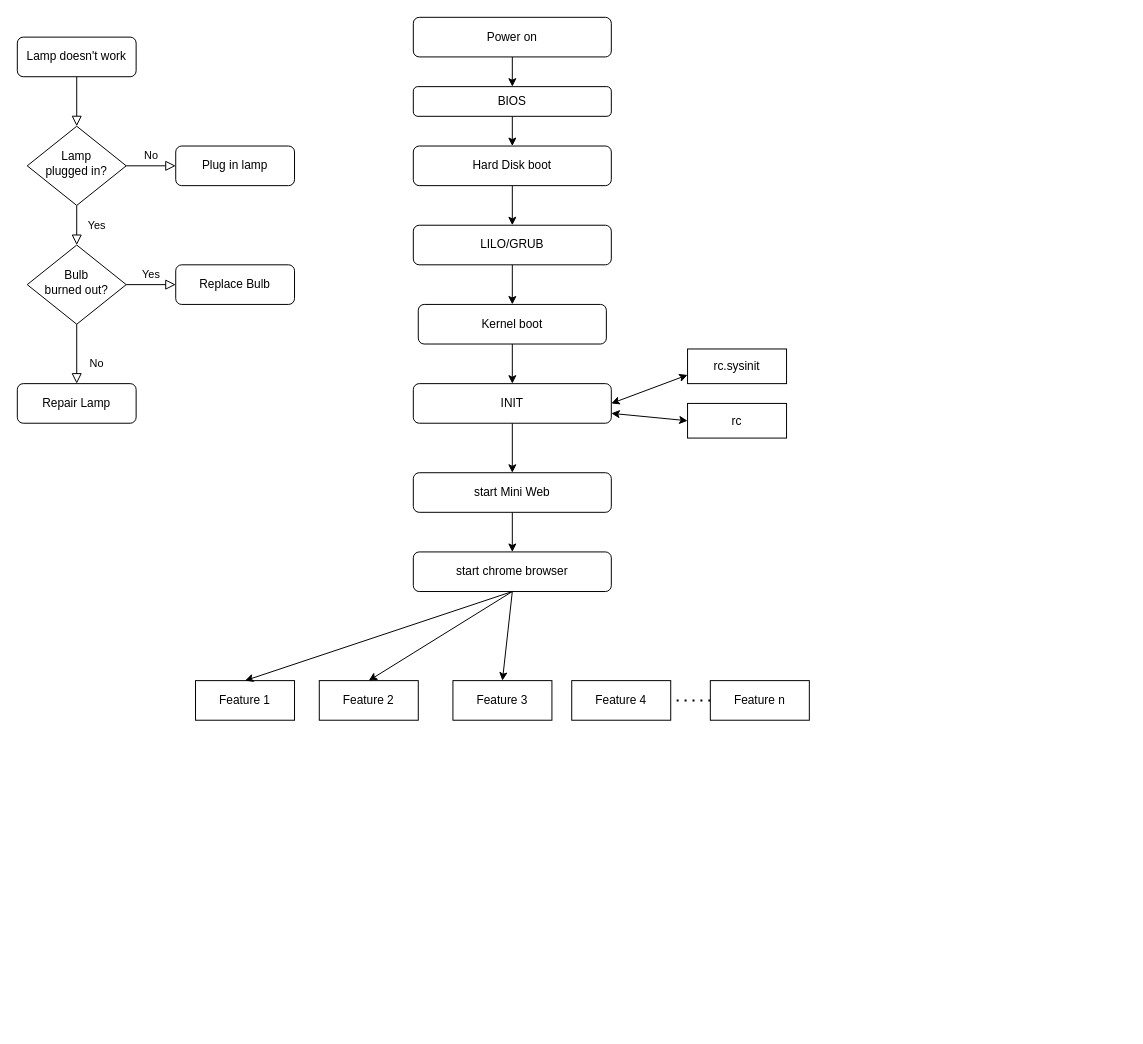
This is Untitled Diagram.drawio from UMkevin/LearnGitCode, a draw.io file, before an edit. Source tidied: cells renumbered, new cells numbered last; positions are measured from the earlier drawing's top-left corner, leaving out a move shared by most shapes. Both pictures are drawn from the tidied source at 99%, with x=0, y=0 at pixel (17, 17).
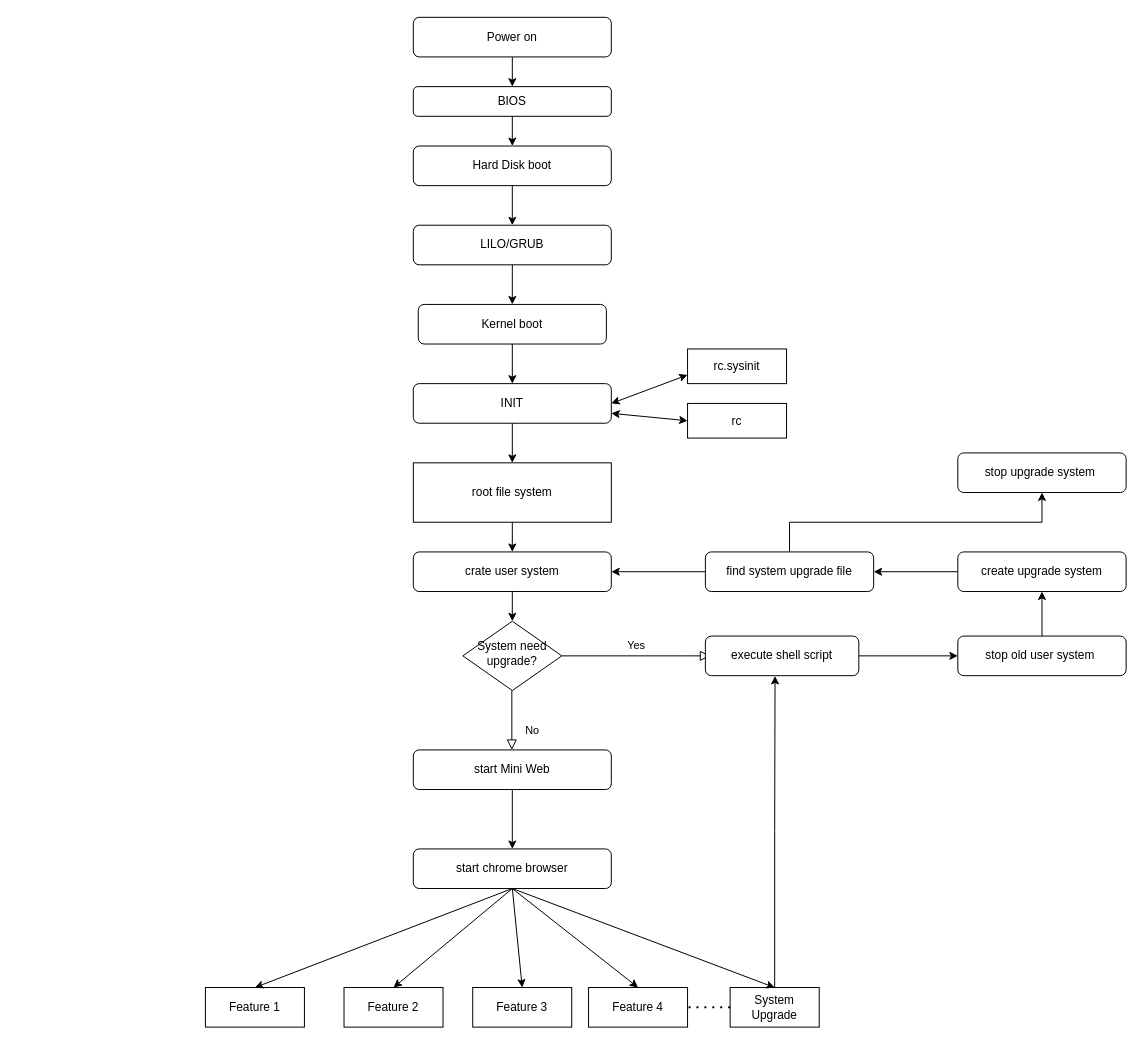
Above is the later version.

Unchanged cells that the change refers to:
```xml
<mxCell id="24" value="INIT" style="rounded=1;whiteSpace=wrap;html=1;" parent="1" vertex="1">
  <mxGeometry x="400" y="370" width="200" height="40" as="geometry" />
</mxCell>
```

The edit, as a diff of the source:
```diff
@@
-    <mxCell id="2" style="rounded=0;html=1;jettySize=auto;fontSize=11;endArrow=block;endFill=0;endSize=8;strokeWidth=1;shadow=0;labelBackgroundColor=none;edgeStyle=orthogonalEdgeStyle;" parent="1" edge="1" source="3" target="6">
-      <mxGeometry relative="1" as="geometry" />
-    </mxCell>
-    <mxCell id="3" value="Lamp doesn't work" style="rounded=1;whiteSpace=wrap;html=1;fontSize=12;glass=0;strokeWidth=1;shadow=0;" parent="1" vertex="1">
-      <mxGeometry y="20" width="120" height="40" as="geometry" />
-    </mxCell>
-    <mxCell id="4" value="Yes" style="rounded=0;html=1;jettySize=auto;fontSize=11;endArrow=block;endFill=0;endSize=8;strokeWidth=1;shadow=0;labelBackgroundColor=none;edgeStyle=orthogonalEdgeStyle;" parent="1" edge="1" source="6" target="10">
-      <mxGeometry y="20" relative="1" as="geometry" />
-    </mxCell>
-    <mxCell id="5" value="No" style="edgeStyle=orthogonalEdgeStyle;rounded=0;html=1;jettySize=auto;fontSize=11;endArrow=block;endFill=0;endSize=8;strokeWidth=1;shadow=0;labelBackgroundColor=none;" parent="1" edge="1" source="6" target="7">
-      <mxGeometry y="10" relative="1" as="geometry" />
-    </mxCell>
-    <mxCell id="6" value="Lamp&lt;br&gt;plugged in?" style="rhombus;whiteSpace=wrap;html=1;shadow=0;fontFamily=Helvetica;fontSize=12;align=center;strokeWidth=1;spacing=6;spacingTop=-4;" parent="1" vertex="1">
-      <mxGeometry x="10" y="110" width="100" height="80" as="geometry" />
-    </mxCell>
-    <mxCell id="7" value="Plug in lamp" style="rounded=1;whiteSpace=wrap;html=1;fontSize=12;glass=0;strokeWidth=1;shadow=0;" parent="1" vertex="1">
-      <mxGeometry x="160" y="130" width="120" height="40" as="geometry" />
-    </mxCell>
-    <mxCell id="8" value="No" style="rounded=0;html=1;jettySize=auto;fontSize=11;endArrow=block;endFill=0;endSize=8;strokeWidth=1;shadow=0;labelBackgroundColor=none;edgeStyle=orthogonalEdgeStyle;" parent="1" edge="1" source="10" target="11">
-      <mxGeometry x="0.33" y="20" relative="1" as="geometry" />
-    </mxCell>
-    <mxCell id="9" value="Yes" style="edgeStyle=orthogonalEdgeStyle;rounded=0;html=1;jettySize=auto;fontSize=11;endArrow=block;endFill=0;endSize=8;strokeWidth=1;shadow=0;labelBackgroundColor=none;" parent="1" edge="1" source="10" target="12">
-      <mxGeometry y="10" relative="1" as="geometry" />
-    </mxCell>
-    <mxCell id="10" value="Bulb&lt;br&gt;burned out?" style="rhombus;whiteSpace=wrap;html=1;shadow=0;fontFamily=Helvetica;fontSize=12;align=center;strokeWidth=1;spacing=6;spacingTop=-4;" parent="1" vertex="1">
-      <mxGeometry x="10" y="230" width="100" height="80" as="geometry" />
-    </mxCell>
-    <mxCell id="11" value="Repair Lamp" style="rounded=1;whiteSpace=wrap;html=1;fontSize=12;glass=0;strokeWidth=1;shadow=0;" parent="1" vertex="1">
-      <mxGeometry y="370" width="120" height="40" as="geometry" />
-    </mxCell>
-    <mxCell id="12" value="Replace Bulb" style="rounded=1;whiteSpace=wrap;html=1;fontSize=12;glass=0;strokeWidth=1;shadow=0;" parent="1" vertex="1">
-      <mxGeometry x="160" y="250" width="120" height="40" as="geometry" />
-    </mxCell>
@@
-    <mxCell id="23" style="edgeStyle=orthogonalEdgeStyle;rounded=0;jettySize=auto;html=1;exitX=0.5;exitY=1;exitDx=0;exitDy=0;entryX=0.5;entryY=0;entryDx=0;entryDy=0;" parent="1" edge="1" source="24" target="30">
-      <mxGeometry relative="1" as="geometry" />
-    </mxCell>
+    <mxCell id="41" style="edgeStyle=orthogonalEdgeStyle;rounded=0;jettySize=auto;html=1;exitX=0.5;exitY=1;exitDx=0;exitDy=0;entryX=0.5;entryY=0;entryDx=0;entryDy=0;" parent="1" edge="1" source="24" target="46">
+      <mxGeometry relative="1" as="geometry" />
+    </mxCell>
@@
     <mxCell id="30" value="start Mini Web" style="rounded=1;whiteSpace=wrap;html=1;" parent="1" vertex="1">
-      <mxGeometry x="400" y="460" width="200" height="40" as="geometry" />
+      <mxGeometry x="400" y="740" width="200" height="40" as="geometry" />
     </mxCell>
     <mxCell id="31" value="start chrome browser" style="rounded=1;whiteSpace=wrap;html=1;" parent="1" vertex="1">
-      <mxGeometry x="400" y="540" width="200" height="40" as="geometry" />
+      <mxGeometry x="400" y="840" width="200" height="40" as="geometry" />
     </mxCell>
     <mxCell id="32" value="Feature 1" style="rounded=0;whiteSpace=wrap;html=1;" parent="1" vertex="1">
-      <mxGeometry x="180" y="670" width="100" height="40" as="geometry" />
+      <mxGeometry x="190" y="980" width="100" height="40" as="geometry" />
     </mxCell>
     <mxCell id="33" value="&lt;span&gt;Feature 2&lt;/span&gt;" style="rounded=0;whiteSpace=wrap;html=1;" parent="1" vertex="1">
-      <mxGeometry x="305" y="670" width="100" height="40" as="geometry" />
+      <mxGeometry x="330" y="980" width="100" height="40" as="geometry" />
     </mxCell>
     <mxCell id="34" value="&lt;span&gt;Feature 3&lt;/span&gt;" style="rounded=0;whiteSpace=wrap;html=1;" parent="1" vertex="1">
-      <mxGeometry x="440" y="670" width="100" height="40" as="geometry" />
+      <mxGeometry x="460" y="980" width="100" height="40" as="geometry" />
     </mxCell>
     <mxCell id="35" value="&lt;span&gt;Feature 4&lt;/span&gt;" style="rounded=0;whiteSpace=wrap;html=1;" parent="1" vertex="1">
-      <mxGeometry x="560" y="670" width="100" height="40" as="geometry" />
+      <mxGeometry x="577" y="980" width="100" height="40" as="geometry" />
     </mxCell>
+    <mxCell id="42" style="edgeStyle=orthogonalEdgeStyle;rounded=0;jettySize=auto;html=1;exitX=0.5;exitY=0;exitDx=0;exitDy=0;entryX=0.454;entryY=1.008;entryDx=0;entryDy=0;entryPerimeter=0;" parent="1" edge="1" source="36" target="52">
+      <mxGeometry relative="1" as="geometry" />
+    </mxCell>
-    <mxCell id="36" value="&lt;span&gt;Feature n&lt;/span&gt;" style="rounded=0;whiteSpace=wrap;html=1;" parent="1" vertex="1">
-      <mxGeometry x="700" y="670" width="100" height="40" as="geometry" />
+    <mxCell id="36" value="&lt;span&gt;System Upgrade&lt;/span&gt;" style="rounded=0;whiteSpace=wrap;html=1;" parent="1" vertex="1">
+      <mxGeometry x="720" y="980" width="90" height="40" as="geometry" />
     </mxCell>
@@
-    <mxCell id="38" style="endArrow=classic;html=1;entryX=0.5;entryY=0;entryDx=0;entryDy=0;" parent="1" edge="1" target="32">
-      <mxGeometry relative="1" as="geometry">
-        <mxPoint x="500" y="580" as="sourcePoint" />
-      </mxGeometry>
+    <mxCell id="38" style="endArrow=classic;html=1;entryX=0.5;entryY=0;entryDx=0;entryDy=0;exitX=0.5;exitY=1;exitDx=0;exitDy=0;" parent="1" edge="1" source="31" target="32">
+      <mxGeometry relative="1" as="geometry" />
     </mxCell>
@@
+    <mxCell id="43" style="endArrow=classic;html=1;exitX=0.5;exitY=1;exitDx=0;exitDy=0;entryX=0.5;entryY=0;entryDx=0;entryDy=0;" parent="1" edge="1" source="31" target="35">
+      <mxGeometry relative="1" as="geometry" />
+    </mxCell>
+    <mxCell id="44" style="endArrow=classic;html=1;exitX=0.5;exitY=1;exitDx=0;exitDy=0;entryX=0.5;entryY=0;entryDx=0;entryDy=0;" parent="1" edge="1" source="31" target="36">
+      <mxGeometry relative="1" as="geometry" />
+    </mxCell>
+    <mxCell id="45" style="edgeStyle=orthogonalEdgeStyle;rounded=0;jettySize=auto;html=1;exitX=0.5;exitY=1;exitDx=0;exitDy=0;entryX=0.5;entryY=0;entryDx=0;entryDy=0;" parent="1" edge="1" source="46" target="49">
+      <mxGeometry relative="1" as="geometry" />
+    </mxCell>
+    <mxCell id="46" value="root file system" style="rounded=0;whiteSpace=wrap;html=1;" parent="1" vertex="1">
+      <mxGeometry x="400" y="450" width="200" height="60" as="geometry" />
+    </mxCell>
+    <mxCell id="47" value="System need upgrade?" style="rhombus;whiteSpace=wrap;html=1;shadow=0;fontFamily=Helvetica;fontSize=12;align=center;strokeWidth=1;spacing=6;spacingTop=-4;" parent="1" vertex="1">
+      <mxGeometry x="450" y="610" width="100" height="70" as="geometry" />
+    </mxCell>
+    <mxCell id="48" style="edgeStyle=orthogonalEdgeStyle;rounded=0;jettySize=auto;html=1;exitX=0.5;exitY=1;exitDx=0;exitDy=0;entryX=0.5;entryY=0;entryDx=0;entryDy=0;" parent="1" edge="1" source="49" target="47">
+      <mxGeometry relative="1" as="geometry" />
+    </mxCell>
+    <mxCell id="49" value="crate user system" style="rounded=1;whiteSpace=wrap;html=1;" parent="1" vertex="1">
+      <mxGeometry x="400" y="540" width="200" height="40" as="geometry" />
+    </mxCell>
+    <mxCell id="8" value="No" style="rounded=0;html=1;jettySize=auto;orthogonalLoop=1;fontSize=11;endArrow=block;endFill=0;endSize=8;strokeWidth=1;shadow=0;labelBackgroundColor=none;edgeStyle=orthogonalEdgeStyle;" parent="1" edge="1">
+      <mxGeometry x="0.33" y="20" relative="1" as="geometry">
+        <mxPoint x="499.5" y="680" as="sourcePoint" />
+        <mxPoint x="499.5" y="740" as="targetPoint" />
+      </mxGeometry>
+    </mxCell>
+    <mxCell id="50" value="Yes" style="edgeStyle=orthogonalEdgeStyle;rounded=0;html=1;jettySize=auto;fontSize=11;endArrow=block;endFill=0;endSize=8;strokeWidth=1;shadow=0;labelBackgroundColor=none;exitX=1;exitY=0.5;exitDx=0;exitDy=0;" parent="1" edge="1" source="47">
+      <mxGeometry y="10" relative="1" as="geometry">
+        <mxPoint x="700" y="645" as="targetPoint" />
+        <Array as="points">
+          <mxPoint x="677" y="645" />
+        </Array>
+      </mxGeometry>
+    </mxCell>
+    <mxCell id="51" style="edgeStyle=orthogonalEdgeStyle;rounded=0;jettySize=auto;html=1;entryX=0;entryY=0.5;entryDx=0;entryDy=0;" parent="1" edge="1" source="52" target="54">
+      <mxGeometry relative="1" as="geometry" />
+    </mxCell>
+    <mxCell id="52" value="execute shell script" style="rounded=1;whiteSpace=wrap;html=1;" parent="1" vertex="1">
+      <mxGeometry x="695" y="625" width="155" height="40" as="geometry" />
+    </mxCell>
+    <mxCell id="53" style="edgeStyle=orthogonalEdgeStyle;rounded=0;jettySize=auto;html=1;exitX=0.5;exitY=0;exitDx=0;exitDy=0;entryX=0.5;entryY=1;entryDx=0;entryDy=0;" parent="1" edge="1" source="54" target="56">
+      <mxGeometry relative="1" as="geometry" />
+    </mxCell>
+    <mxCell id="54" value="stop old user system&amp;nbsp;" style="rounded=1;whiteSpace=wrap;html=1;" parent="1" vertex="1">
+      <mxGeometry x="950" y="625" width="170" height="40" as="geometry" />
+    </mxCell>
+    <mxCell id="55" style="edgeStyle=orthogonalEdgeStyle;rounded=0;jettySize=auto;html=1;exitX=0;exitY=0.5;exitDx=0;exitDy=0;" parent="1" edge="1" source="56" target="59">
+      <mxGeometry relative="1" as="geometry" />
+    </mxCell>
+    <mxCell id="56" value="create upgrade system" style="rounded=1;whiteSpace=wrap;html=1;" parent="1" vertex="1">
+      <mxGeometry x="950" y="540" width="170" height="40" as="geometry" />
+    </mxCell>
+    <mxCell id="57" style="edgeStyle=orthogonalEdgeStyle;rounded=0;jettySize=auto;html=1;exitX=0;exitY=0.5;exitDx=0;exitDy=0;entryX=1;entryY=0.5;entryDx=0;entryDy=0;" parent="1" edge="1" source="59" target="49">
+      <mxGeometry relative="1" as="geometry" />
+    </mxCell>
+    <mxCell id="58" style="edgeStyle=orthogonalEdgeStyle;rounded=0;jettySize=auto;html=1;exitX=0.5;exitY=0;exitDx=0;exitDy=0;entryX=0.5;entryY=1;entryDx=0;entryDy=0;" parent="1" edge="1" source="59" target="60">
+      <mxGeometry relative="1" as="geometry" />
+    </mxCell>
+    <mxCell id="59" value="find system upgrade file" style="rounded=1;whiteSpace=wrap;html=1;" parent="1" vertex="1">
+      <mxGeometry x="695" y="540" width="170" height="40" as="geometry" />
+    </mxCell>
+    <mxCell id="60" value="stop upgrade system&amp;nbsp;" style="rounded=1;whiteSpace=wrap;html=1;" parent="1" vertex="1">
+      <mxGeometry x="950" y="440" width="170" height="40" as="geometry" />
+    </mxCell>
```
